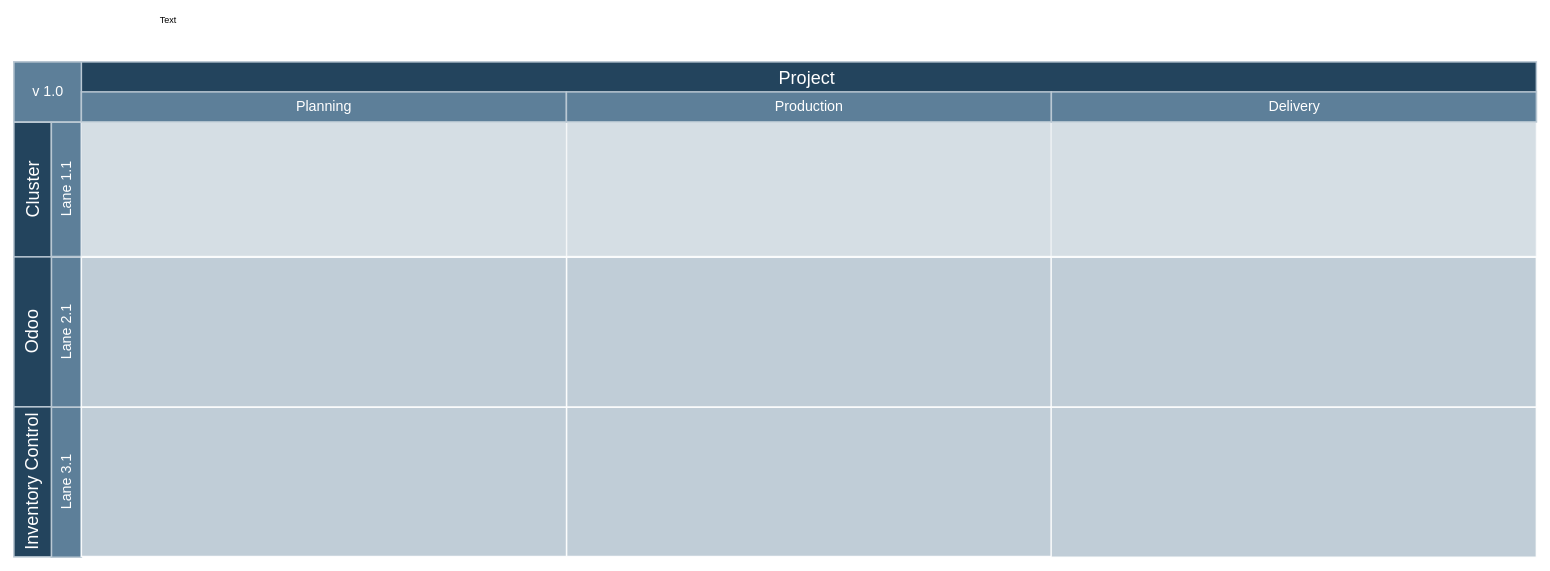
This is Untitled Diagram.drawio from Kazkade/Flowcharts, a draw.io file, before an edit. Source tidied: cells renumbered, new cells numbered last; positions are measured from the earlier drawing's top-left corner, leaving out a move shared by most shapes. Both pictures are drawn from the tidied source at 75%, with x=0, y=0 at pixel (14, 13).
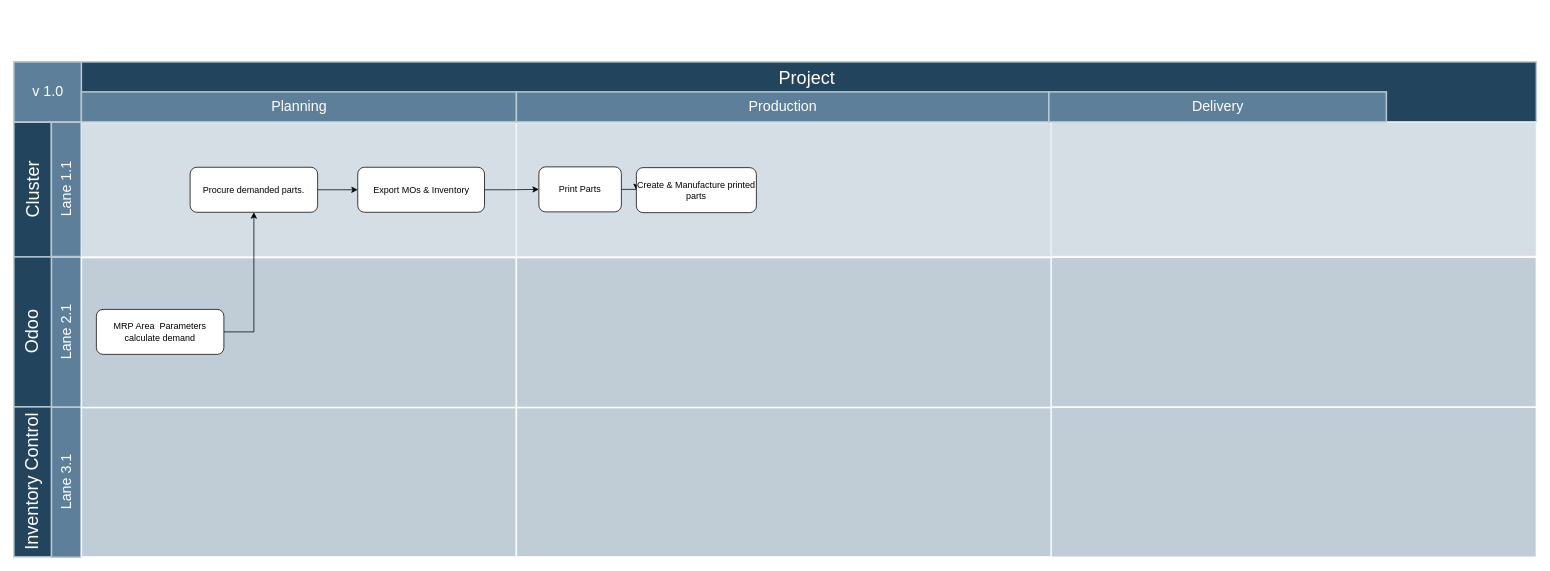
Above is the later version.

Change to the diagram source:
```diff
@@
-    <mxCell id="2" value="Text" style="text;html=1;align=left;verticalAlign=top;spacingTop=-4;" parent="1" vertex="1">
-      <mxGeometry x="193" width="40" height="20" as="geometry" />
-    </mxCell>
@@
     <mxCell id="11" style="strokeColor=#FFFFFF;fillColor=#BAC8D3;fontSize=18;strokeWidth=2;fontFamily=Helvetica;html=1;opacity=60;" parent="1" vertex="1">
-      <mxGeometry x="90" y="145.5" width="647" height="179" as="geometry" />
+      <mxGeometry x="90" y="146" width="580" height="179" as="geometry" />
     </mxCell>
     <mxCell id="12" style="strokeColor=#FFFFFF;fillColor=#BAC8D3;fontSize=18;strokeWidth=2;fontFamily=Helvetica;html=1;opacity=90;" parent="1" vertex="1">
-      <mxGeometry x="90" y="325.5" width="647" height="200" as="geometry" />
+      <mxGeometry x="90" y="326" width="580" height="200" as="geometry" />
     </mxCell>
     <mxCell id="13" style="strokeColor=#FFFFFF;fillColor=#BAC8D3;fontSize=18;strokeWidth=2;fontFamily=Helvetica;html=1;opacity=90;" parent="1" vertex="1">
-      <mxGeometry x="90" y="525.5" width="647" height="199" as="geometry" />
+      <mxGeometry x="90" y="526" width="580" height="199" as="geometry" />
     </mxCell>
     <mxCell id="14" style="strokeColor=#FFFFFF;fillColor=#BAC8D3;fontSize=18;strokeWidth=2;fontFamily=Helvetica;html=1;opacity=60;" parent="1" vertex="1">
-      <mxGeometry x="737" y="145.5" width="647" height="179" as="geometry" />
+      <mxGeometry x="670" y="146" width="714" height="179" as="geometry" />
     </mxCell>
     <mxCell id="15" style="strokeColor=#FFFFFF;fillColor=#BAC8D3;fontSize=18;strokeWidth=2;fontFamily=Helvetica;html=1;opacity=90;" parent="1" vertex="1">
-      <mxGeometry x="737" y="325.5" width="647" height="200" as="geometry" />
+      <mxGeometry x="670" y="326" width="714" height="200" as="geometry" />
     </mxCell>
     <mxCell id="16" style="strokeColor=#FFFFFF;fillColor=#BAC8D3;fontSize=18;strokeWidth=2;fontFamily=Helvetica;html=1;opacity=90;" parent="1" vertex="1">
-      <mxGeometry x="737" y="525.5" width="647" height="199" as="geometry" />
+      <mxGeometry x="670" y="526" width="714" height="199" as="geometry" />
     </mxCell>
@@
     <mxCell id="20" style="group;" parent="1" vertex="1">
-      <mxGeometry x="90" y="105" width="646.7" height="40" as="geometry" />
+      <mxGeometry x="90" y="105" width="1740" height="40" as="geometry" />
     </mxCell>
     <mxCell id="21" value="Planning" style="strokeColor=#BAC8D3;fillColor=#5d7f99;fontSize=19;strokeWidth=2;fontFamily=Helvetica;html=1;labelBackgroundColor=none;fontColor=#FFFFFF;" parent="20" vertex="1">
-      <mxGeometry width="646.7" height="40" as="geometry" />
+      <mxGeometry width="580" height="40" as="geometry" />
     </mxCell>
     <mxCell id="22" value="Production" style="strokeColor=#BAC8D3;fillColor=#5d7f99;fontSize=19;strokeWidth=2;fontFamily=Helvetica;html=1;labelBackgroundColor=none;fontColor=#FFFFFF;" parent="20" vertex="1">
-      <mxGeometry x="646.7" width="646.7" height="40" as="geometry" />
+      <mxGeometry x="580" width="710" height="40" as="geometry" />
     </mxCell>
     <mxCell id="23" value="Delivery" style="strokeColor=#BAC8D3;fillColor=#5d7f99;fontSize=19;strokeWidth=2;fontFamily=Helvetica;html=1;labelBackgroundColor=none;fontColor=#FFFFFF;" parent="20" vertex="1">
-      <mxGeometry x="1293.3" width="646.7" height="40" as="geometry" />
+      <mxGeometry x="1290" width="450" height="40" as="geometry" />
     </mxCell>
+    <mxCell id="24" style="edgeStyle=orthogonalEdgeStyle;rounded=0;jettySize=auto;html=1;exitX=1;exitY=0.5;exitDx=0;exitDy=0;entryX=0.5;entryY=1;entryDx=0;entryDy=0;" parent="1" edge="1" source="25" target="27">
+      <mxGeometry relative="1" as="geometry" />
+    </mxCell>
+    <mxCell id="25" value="MRP Area&amp;nbsp; Parameters calculate demand" style="rounded=1;whiteSpace=wrap;html=1;" parent="1" vertex="1">
+      <mxGeometry x="110" y="395" width="170" height="60" as="geometry" />
+    </mxCell>
+    <mxCell id="26" style="edgeStyle=orthogonalEdgeStyle;rounded=0;jettySize=auto;html=1;exitX=1;exitY=0.5;exitDx=0;exitDy=0;entryX=0;entryY=0.5;entryDx=0;entryDy=0;" parent="1" edge="1" source="27" target="29">
+      <mxGeometry relative="1" as="geometry" />
+    </mxCell>
+    <mxCell id="27" value="Procure demanded parts." style="rounded=1;whiteSpace=wrap;html=1;" parent="1" vertex="1">
+      <mxGeometry x="235" y="205.5" width="170" height="60" as="geometry" />
+    </mxCell>
+    <mxCell id="28" style="edgeStyle=orthogonalEdgeStyle;rounded=0;jettySize=auto;html=1;exitX=1;exitY=0.5;exitDx=0;exitDy=0;entryX=0;entryY=0.5;entryDx=0;entryDy=0;" parent="1" edge="1" source="29" target="31">
+      <mxGeometry relative="1" as="geometry" />
+    </mxCell>
+    <mxCell id="29" value="Export MOs &amp;amp; Inventory" style="rounded=1;whiteSpace=wrap;html=1;" parent="1" vertex="1">
+      <mxGeometry x="458.5" y="205.5" width="169" height="60" as="geometry" />
+    </mxCell>
+    <mxCell id="30" style="edgeStyle=orthogonalEdgeStyle;rounded=0;jettySize=auto;html=1;exitX=1;exitY=0.5;exitDx=0;exitDy=0;" parent="1" edge="1" source="31" target="32">
+      <mxGeometry relative="1" as="geometry" />
+    </mxCell>
+    <mxCell id="31" value="Print Parts" style="rounded=1;whiteSpace=wrap;html=1;" parent="1" vertex="1">
+      <mxGeometry x="700" y="205" width="110" height="60" as="geometry" />
+    </mxCell>
+    <mxCell id="32" value="Create &amp;amp; Manufacture printed parts" style="rounded=1;whiteSpace=wrap;html=1;" parent="1" vertex="1">
+      <mxGeometry x="830" y="206" width="160" height="60" as="geometry" />
+    </mxCell>
```
